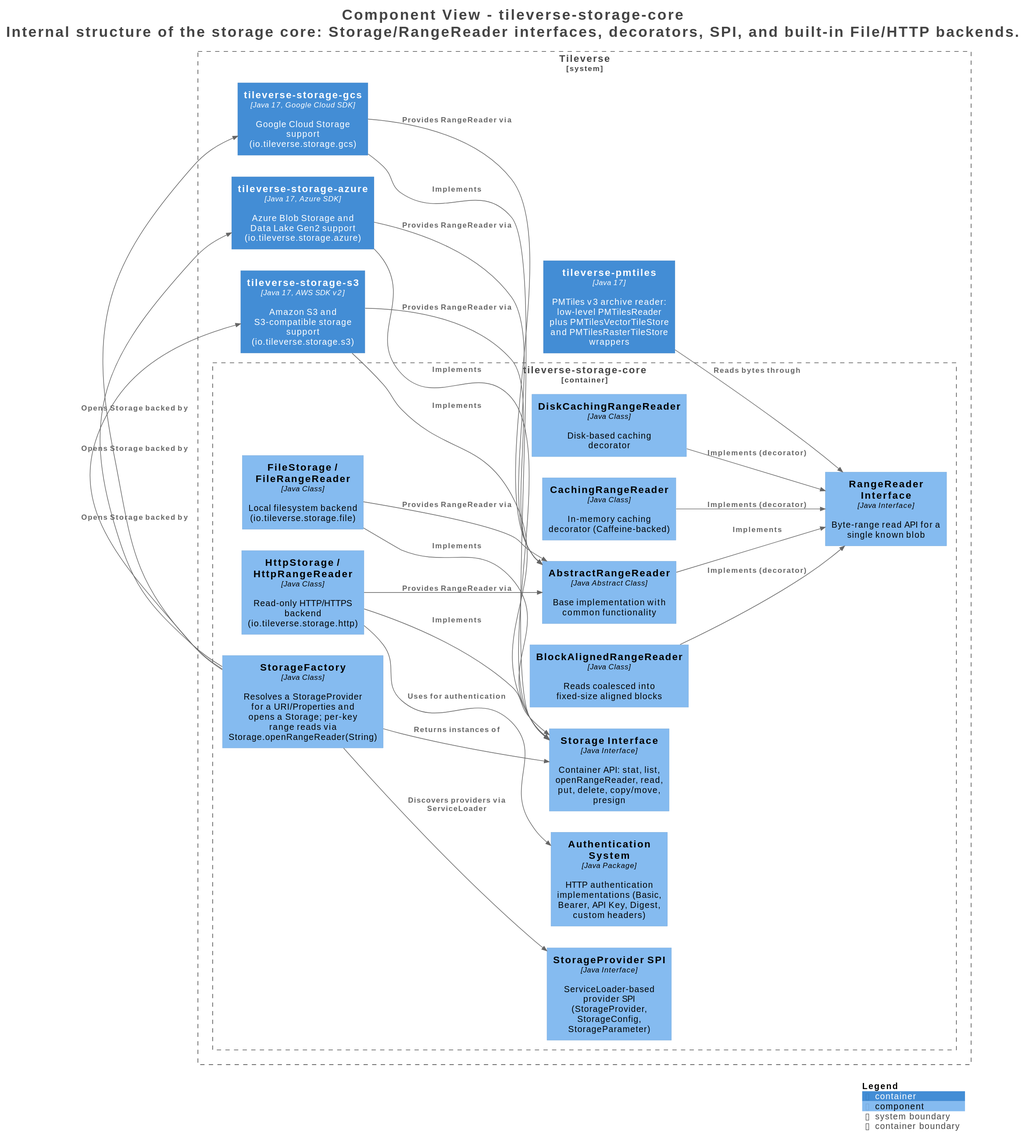
Before: assets/images/storage/structurizr-CoreComponents.svg, a diagram exported from PlantUML (tileverse-io/tileverse).
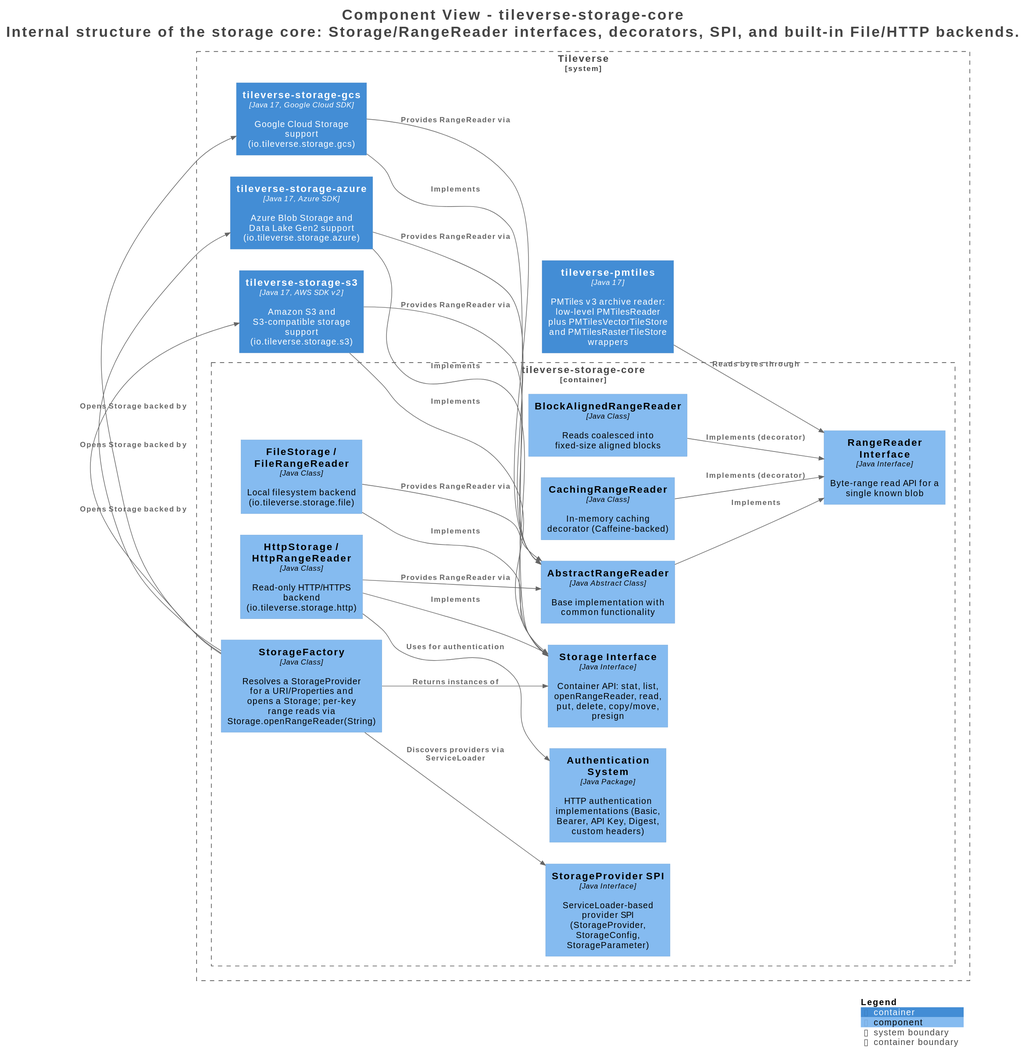
The same diagram one commit later.

The edit, as a diff of the source:
```diff
@@ -24,7 +24,6 @@
     Component(Tileverse.tileversestoragecore.FileStorageFileRangeReader, "FileStorage / FileRangeReader", $techn="Java Class", $descr="Local filesystem backend (io.tileverse.storage.file)", $tags="", $link="")
     Component(Tileverse.tileversestoragecore.HttpStorageHttpRangeReader, "HttpStorage / HttpRangeReader", $techn="Java Class", $descr="Read-only HTTP/HTTPS backend (io.tileverse.storage.http)", $tags="", $link="")
     Component(Tileverse.tileversestoragecore.CachingRangeReader, "CachingRangeReader", $techn="Java Class", $descr="In-memory caching decorator (Caffeine-backed)", $tags="", $link="")
-    Component(Tileverse.tileversestoragecore.DiskCachingRangeReader, "DiskCachingRangeReader", $techn="Java Class", $descr="Disk-based caching decorator", $tags="", $link="")
     Component(Tileverse.tileversestoragecore.BlockAlignedRangeReader, "BlockAlignedRangeReader", $techn="Java Class", $descr="Reads coalesced into fixed-size aligned blocks", $tags="", $link="")
     Component(Tileverse.tileversestoragecore.StorageProviderSPI, "StorageProvider SPI", $techn="Java Interface", $descr="ServiceLoader-based provider SPI (StorageProvider, StorageConfig, StorageParameter)", $tags="", $link="")
     Component(Tileverse.tileversestoragecore.StorageFactory, "StorageFactory", $techn="Java Class", $descr="Resolves a StorageProvider for a URI/Properties and opens a Storage; per-key range reads via Storage.openRangeReader(String)", $tags="", $link="")
@@ -37,7 +36,6 @@
   Container(Tileverse.tileversepmtiles, "tileverse-pmtiles", $techn="Java 17", $descr="PMTiles v3 archive reader: low-level PMTilesReader plus PMTilesVectorTileStore and PMTilesRasterTileStore wrappers", $tags="", $link="")
 }
 
-Rel(Tileverse.tileversestoragegcs, Tileverse.tileversestoragecore.StorageInterface, "Implements", $techn="", $tags="", $link="")
 Rel(Tileverse.tileversestorages3, Tileverse.tileversestoragecore.AbstractRangeReader, "Provides RangeReader via", $techn="", $tags="", $link="")
 Rel(Tileverse.tileversestorageazure, Tileverse.tileversestoragecore.AbstractRangeReader, "Provides RangeReader via", $techn="", $tags="", $link="")
 Rel(Tileverse.tileversestoragegcs, Tileverse.tileversestoragecore.AbstractRangeReader, "Provides RangeReader via", $techn="", $tags="", $link="")
@@ -48,7 +46,6 @@
 Rel(Tileverse.tileversestoragecore.FileStorageFileRangeReader, Tileverse.tileversestoragecore.AbstractRangeReader, "Provides RangeReader via", $techn="", $tags="", $link="")
 Rel(Tileverse.tileversestoragecore.HttpStorageHttpRangeReader, Tileverse.tileversestoragecore.AbstractRangeReader, "Provides RangeReader via", $techn="", $tags="", $link="")
 Rel(Tileverse.tileversestoragecore.CachingRangeReader, Tileverse.tileversestoragecore.RangeReaderInterface, "Implements (decorator)", $techn="", $tags="", $link="")
-Rel(Tileverse.tileversestoragecore.DiskCachingRangeReader, Tileverse.tileversestoragecore.RangeReaderInterface, "Implements (decorator)", $techn="", $tags="", $link="")
 Rel(Tileverse.tileversestoragecore.BlockAlignedRangeReader, Tileverse.tileversestoragecore.RangeReaderInterface, "Implements (decorator)", $techn="", $tags="", $link="")
 Rel(Tileverse.tileversestoragecore.HttpStorageHttpRangeReader, Tileverse.tileversestoragecore.AuthenticationSystem, "Uses for authentication", $techn="", $tags="", $link="")
 Rel(Tileverse.tileversestoragecore.StorageFactory, Tileverse.tileversestoragecore.StorageProviderSPI, "Discovers providers via ServiceLoader", $techn="", $tags="", $link="")
@@ -58,6 +55,7 @@
 Rel(Tileverse.tileversestoragecore.StorageFactory, Tileverse.tileversestoragegcs, "Opens Storage backed by", $techn="", $tags="", $link="")
 Rel(Tileverse.tileversestorages3, Tileverse.tileversestoragecore.StorageInterface, "Implements", $techn="", $tags="", $link="")
 Rel(Tileverse.tileversestorageazure, Tileverse.tileversestoragecore.StorageInterface, "Implements", $techn="", $tags="", $link="")
+Rel(Tileverse.tileversestoragegcs, Tileverse.tileversestoragecore.StorageInterface, "Implements", $techn="", $tags="", $link="")
 
 SHOW_LEGEND(true)
 hide stereotypes
```
